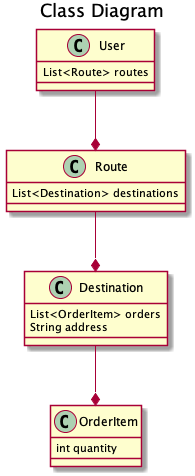
The PlantUML diagram out/design/class_diagrams/Class Diagram.png in oyebc/producehero, before a commit.
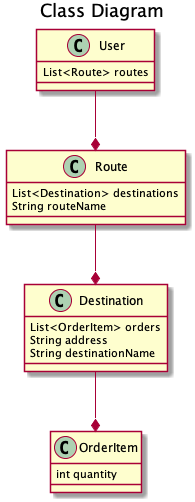
The same file after the commit.

Commit message:
update design adding name fields to model classes

Diff of the diagram source:
```diff
@@ -6,12 +6,13 @@
 
 class Route {
     List<Destination> destinations
-
+    String routeName
 }
 
 class Destination{
     List<OrderItem> orders
     String address
+    String destinationName
 }
 
 Class OrderItem {
```
